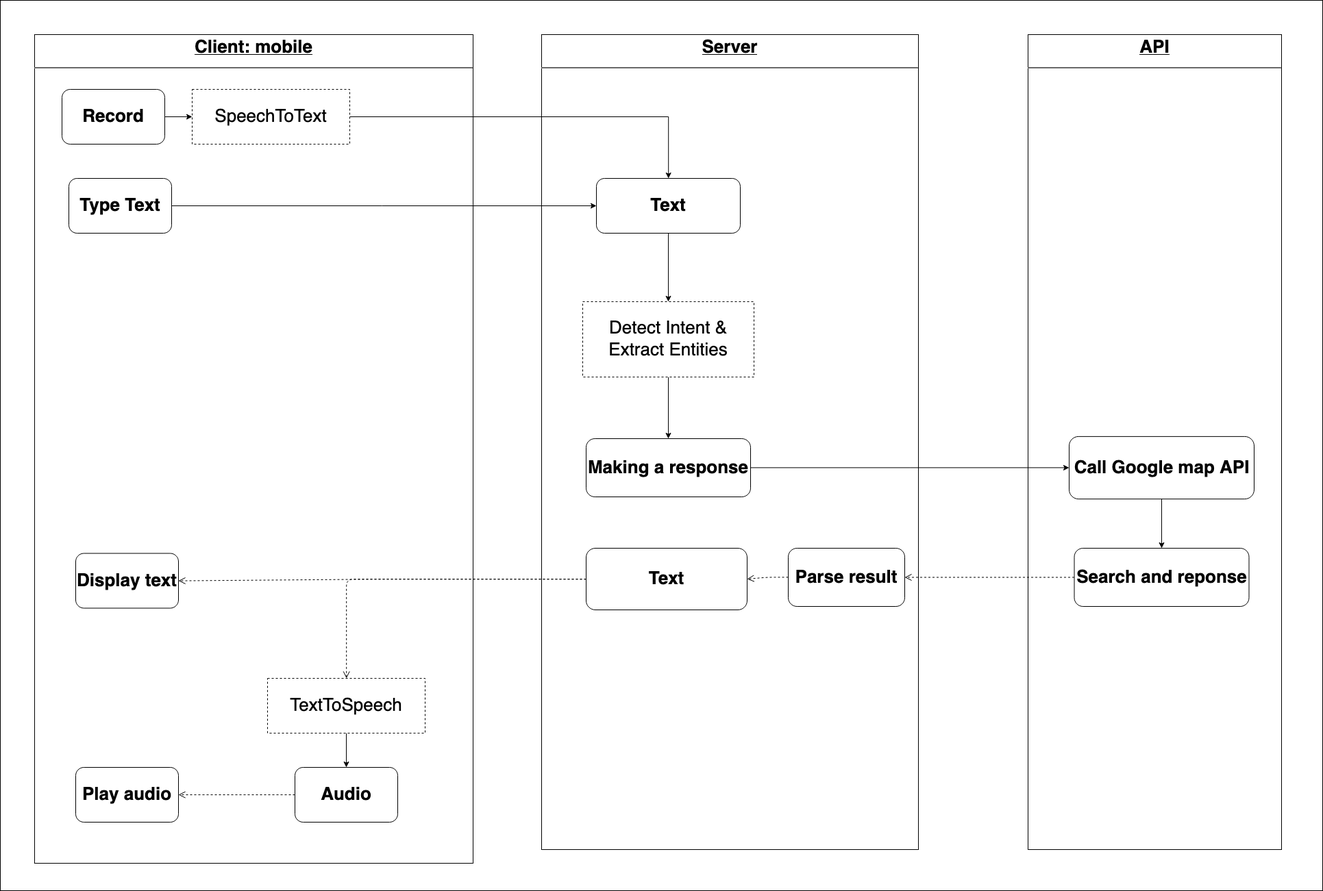
Above: images/Structure-Sytem.png in myduyenn218/Report_KL_2021 (draw.io), before the change. Source tidied: cells renumbered, new cells last; positions are measured from the earlier drawing's top-left corner, leaving out a move shared by most shapes.
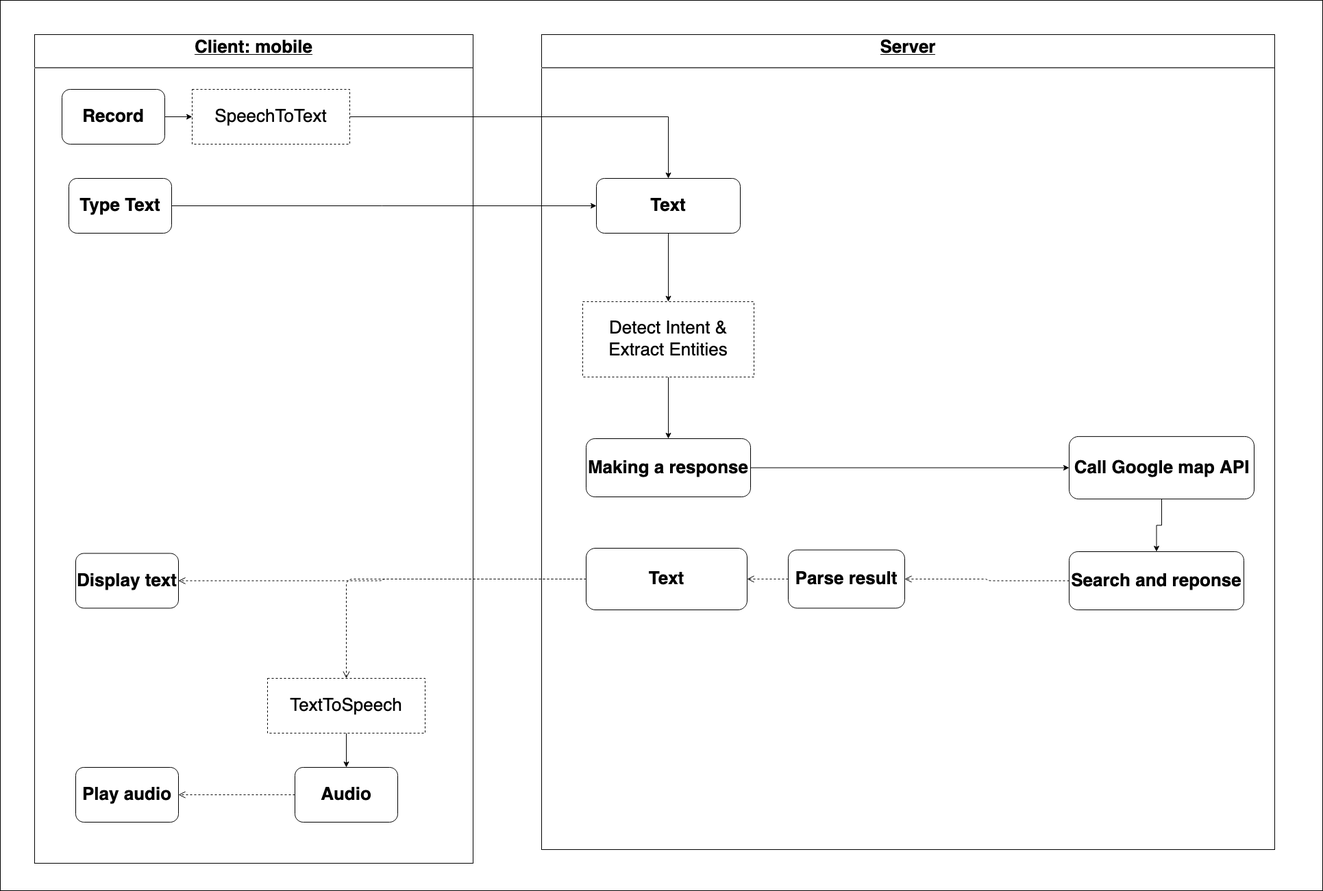
The same diagram one commit later.

The edit, as a diff of the source:
```diff
@@ -9,11 +9,8 @@
       <mxGeometry x="50" y="50" width="640" height="1210" as="geometry" />
     </mxCell>
     <mxCell id="4" value="&lt;p style=&quot;margin: 4px 0px 0px; text-align: center; text-decoration: underline; font-size: 26px;&quot;&gt;&lt;font style=&quot;font-size: 26px;&quot;&gt;&lt;b style=&quot;font-size: 26px;&quot;&gt;Server&lt;br style=&quot;font-size: 26px;&quot;&gt;&lt;/b&gt;&lt;/font&gt;&lt;/p&gt;&lt;hr style=&quot;font-size: 26px;&quot;&gt;&lt;p style=&quot;margin: 0px 0px 0px 8px; font-size: 26px;&quot;&gt;&lt;br style=&quot;font-size: 26px;&quot;&gt;&lt;/p&gt;" style="verticalAlign=top;align=left;overflow=fill;fontSize=26;fontFamily=Helvetica;html=1;" parent="1" vertex="1">
-      <mxGeometry x="790" y="50" width="550" height="1190" as="geometry" />
+      <mxGeometry x="790" y="50" width="1070" height="1190" as="geometry" />
     </mxCell>
-    <mxCell id="5" value="&lt;p style=&quot;margin: 4px 0px 0px; text-align: center; text-decoration: underline; font-size: 26px;&quot;&gt;&lt;b style=&quot;font-size: 26px;&quot;&gt;API&lt;/b&gt;&lt;/p&gt;&lt;hr style=&quot;font-size: 26px;&quot;&gt;&lt;p style=&quot;margin: 0px 0px 0px 8px; font-size: 26px;&quot;&gt;&lt;b style=&quot;font-size: 26px;&quot;&gt;&lt;font style=&quot;font-size: 26px;&quot;&gt;&lt;br style=&quot;font-size: 26px;&quot;&gt;&lt;/font&gt;&lt;br style=&quot;font-size: 26px;&quot;&gt;&lt;/b&gt;&lt;/p&gt;" style="verticalAlign=top;align=left;overflow=fill;fontSize=26;fontFamily=Helvetica;html=1;" parent="1" vertex="1">
-      <mxGeometry x="1500" y="50" width="370" height="1190" as="geometry" />
-    </mxCell>
     <mxCell id="6" style="edgeStyle=orthogonalEdgeStyle;rounded=0;jettySize=auto;html=1;entryX=0;entryY=0.5;entryDx=0;entryDy=0;fontSize=26;" parent="1" edge="1" source="7" target="11">
       <mxGeometry relative="1" as="geometry" />
     </mxCell>
@@ -87,13 +84,13 @@
       <mxGeometry relative="1" as="geometry" />
     </mxCell>
     <mxCell id="30" value="Search and reponse " style="whiteSpace=wrap;html=1;rounded=1;fontSize=26;fontStyle=1;fillColor=none;" parent="1" vertex="1">
-      <mxGeometry x="1567.5" y="800" width="255" height="85" as="geometry" />
+      <mxGeometry x="1560" y="805" width="255" height="85" as="geometry" />
     </mxCell>
     <mxCell id="31" style="edgeStyle=orthogonalEdgeStyle;rounded=1;jettySize=auto;html=1;entryX=1;entryY=0.5;entryDx=0;entryDy=0;dashed=1;verticalAlign=bottom;endArrow=open;endSize=8;fontSize=26;" parent="1" edge="1" source="32" target="22">
       <mxGeometry relative="1" as="geometry" />
     </mxCell>
     <mxCell id="32" value="Parse result" style="whiteSpace=wrap;html=1;rounded=1;fontSize=26;fontStyle=1;fillColor=none;" parent="1" vertex="1">
-      <mxGeometry x="1150" y="800" width="170" height="85" as="geometry" />
+      <mxGeometry x="1150" y="802.5" width="170" height="85" as="geometry" />
     </mxCell>
   </root>
 </mxGraphModel>
```
